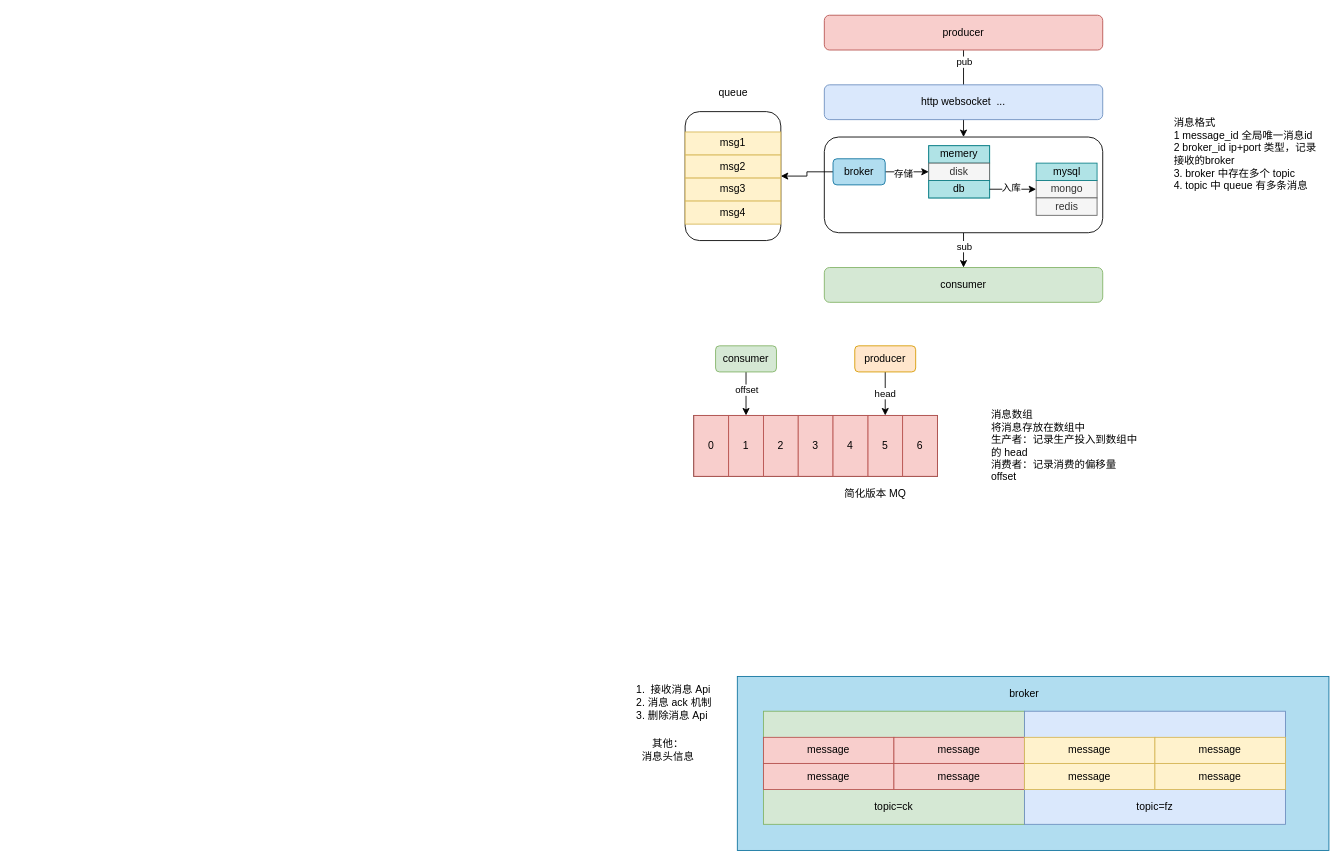
Earlier version of the draw.io diagram jihe/mq/ck-mq.drawio (oliverschen/draw.io). Source tidied: cells renumbered, new cells numbered last; positions are measured from the earlier drawing's top-left corner, leaving out a move shared by most shapes. Both pictures are drawn from the tidied source at 87%, with x=0, y=0 at pixel (567, 15).
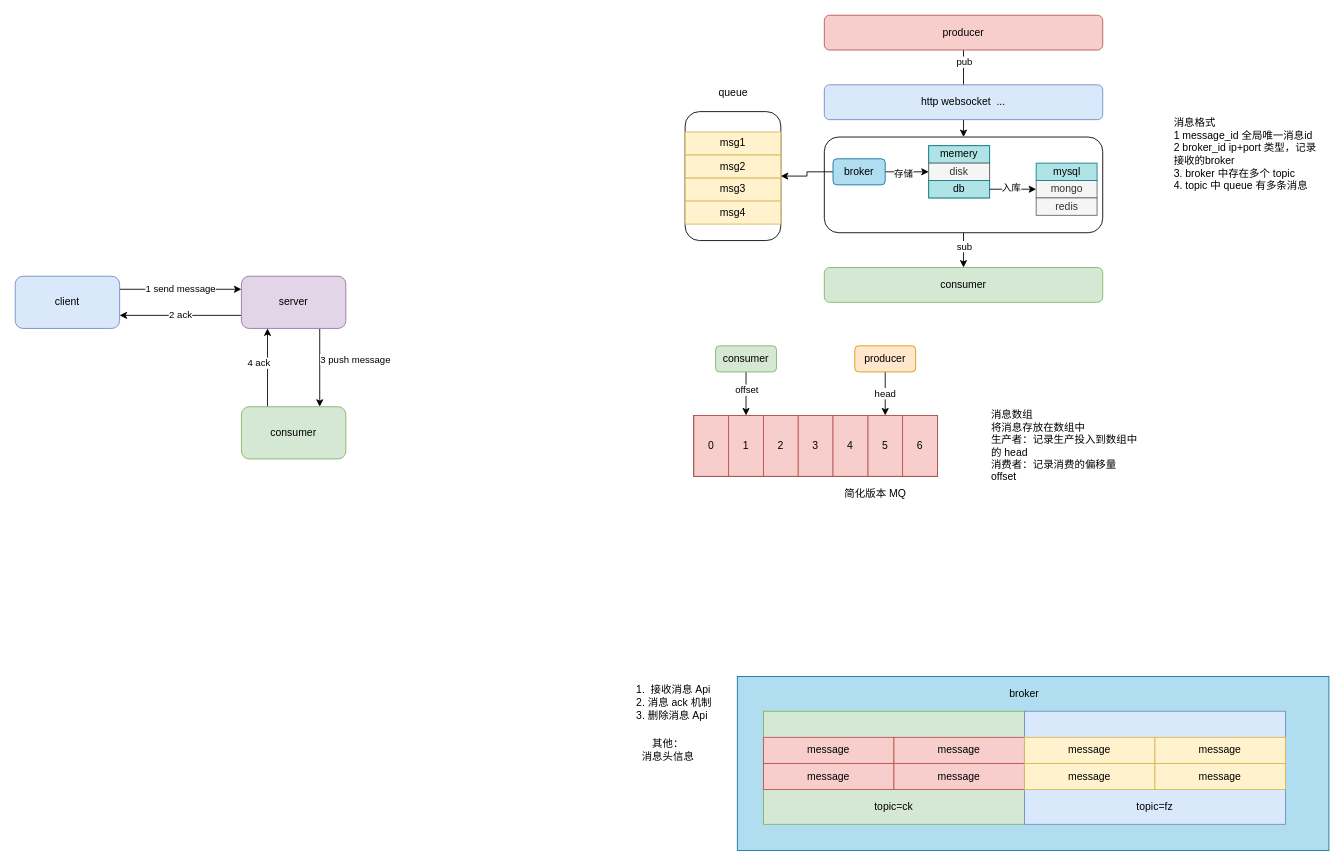
After the change.

Diff of the diagram source:
```diff
@@
+    <mxCell id="63" value="1 send message" style="edgeStyle=orthogonalEdgeStyle;rounded=0;jettySize=auto;html=1;entryX=0;entryY=0.25;entryDx=0;entryDy=0;exitX=1;exitY=0.25;exitDx=0;exitDy=0;" parent="1" edge="1" source="64" target="68">
+      <mxGeometry relative="1" as="geometry" />
+    </mxCell>
+    <mxCell id="64" value="client" style="rounded=1;whiteSpace=wrap;html=1;fillColor=#dae8fc;strokeColor=#6c8ebf;" parent="1" vertex="1">
+      <mxGeometry x="-635" y="300" width="120" height="60" as="geometry" />
+    </mxCell>
+    <mxCell id="65" value="2 ack" style="edgeStyle=orthogonalEdgeStyle;rounded=0;jettySize=auto;html=1;entryX=1;entryY=0.75;entryDx=0;entryDy=0;exitX=0;exitY=0.75;exitDx=0;exitDy=0;" parent="1" edge="1" source="68" target="64">
+      <mxGeometry relative="1" as="geometry" />
+    </mxCell>
+    <mxCell id="66" style="edgeStyle=orthogonalEdgeStyle;rounded=0;jettySize=auto;html=1;exitX=0.75;exitY=1;exitDx=0;exitDy=0;entryX=0.75;entryY=0;entryDx=0;entryDy=0;" parent="1" edge="1" source="68" target="70">
+      <mxGeometry relative="1" as="geometry" />
+    </mxCell>
+    <mxCell id="67" value="3 push message" style="edgeLabel;html=1;align=center;verticalAlign=middle;" parent="66" vertex="1">
+      <mxGeometry x="-0.18" y="-1" relative="1" as="geometry">
+        <mxPoint x="41" y="-2" as="offset" />
+      </mxGeometry>
+    </mxCell>
+    <mxCell id="68" value="server" style="rounded=1;whiteSpace=wrap;html=1;fillColor=#e1d5e7;strokeColor=#9673a6;" parent="1" vertex="1">
+      <mxGeometry x="-375" y="300" width="120" height="60" as="geometry" />
+    </mxCell>
+    <mxCell id="69" value="4 ack" style="edgeStyle=orthogonalEdgeStyle;rounded=0;jettySize=auto;html=1;entryX=0.25;entryY=1;entryDx=0;entryDy=0;exitX=0.25;exitY=0;exitDx=0;exitDy=0;" parent="1" edge="1" source="70" target="68">
+      <mxGeometry x="0.11" y="10" relative="1" as="geometry" />
+    </mxCell>
+    <mxCell id="70" value="consumer" style="rounded=1;whiteSpace=wrap;html=1;fillColor=#d5e8d4;strokeColor=#82b366;" parent="1" vertex="1">
+      <mxGeometry x="-375" y="450" width="120" height="60" as="geometry" />
+    </mxCell>
```
